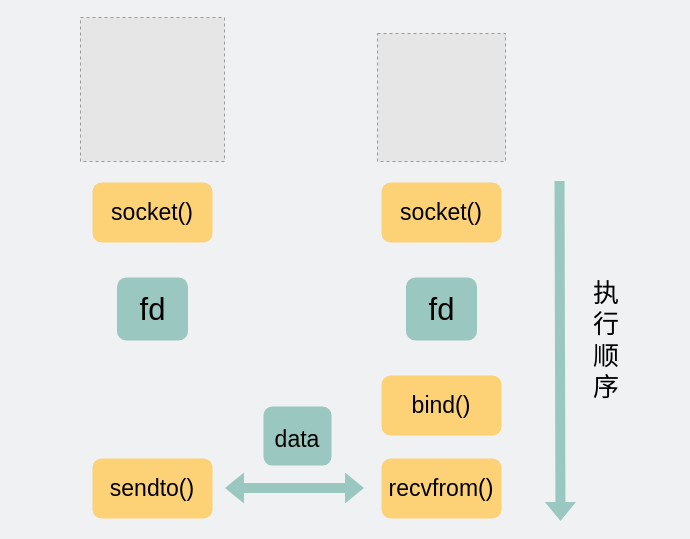
The draw.io diagram network/握手建立连接流程.drawio in xiaobaiTech/image, before the edit. Source tidied: cells renumbered, new cells numbered last; positions are measured from the earlier drawing's top-left corner, leaving out a move shared by most shapes. Both pictures are drawn from the tidied source at 100%, with x=0, y=0 at pixel (80, 17). Pictures stored in the file or linked from it are replaced by grey dashed boxes.
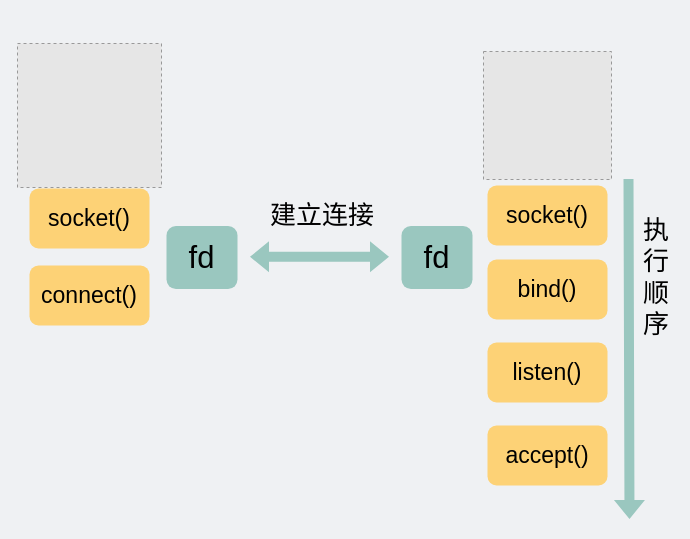
Above is the later version.

Commit message:
更新握手建立连接流程.drawio

Diff of the diagram source:
```diff
@@
 <mxGraphModel background="#EFF1F3">
   <root>
     <mxCell id="0" />
     <mxCell id="1" parent="0" />
     <mxCell id="2" style="fillColor=#E6E6E6;strokeColor=#999999;dashed=1;verticalLabelPosition=bottom;labelBackgroundColor=default;verticalAlign=top;" parent="1" vertex="1">
-      <mxGeometry width="144" height="144" as="geometry" />
+      <mxGeometry x="-63" y="26" width="144" height="144" as="geometry" />
     </mxCell>
     <mxCell id="3" style="fillColor=#E6E6E6;strokeColor=#999999;dashed=1;verticalLabelPosition=bottom;labelBackgroundColor=default;verticalAlign=top;" parent="1" vertex="1">
-      <mxGeometry x="297" y="16" width="128" height="128" as="geometry" />
+      <mxGeometry x="403" y="34" width="128" height="128" as="geometry" />
     </mxCell>
     <mxCell id="4" value="&lt;font style=&quot;font-size: 23px;&quot;&gt;socket()&lt;/font&gt;" style="rounded=1;whiteSpace=wrap;html=1;fillColor=#FDD276;strokeColor=none;" parent="1" vertex="1">
-      <mxGeometry x="12" y="165" width="120" height="60" as="geometry" />
+      <mxGeometry x="-51" y="171" width="120" height="60" as="geometry" />
     </mxCell>
-    <mxCell id="5" value="&lt;font style=&quot;font-size: 23px;&quot;&gt;sendto()&lt;/font&gt;" style="rounded=1;whiteSpace=wrap;html=1;fillColor=#FDD276;strokeColor=none;" parent="1" vertex="1">
-      <mxGeometry x="12" y="441" width="120" height="60" as="geometry" />
+    <mxCell id="5" value="&lt;font style=&quot;font-size: 23px;&quot;&gt;connect()&lt;/font&gt;" style="rounded=1;whiteSpace=wrap;html=1;fillColor=#FDD276;strokeColor=none;" parent="1" vertex="1">
+      <mxGeometry x="-51" y="248" width="120" height="60" as="geometry" />
     </mxCell>
     <mxCell id="6" value="&lt;font style=&quot;font-size: 23px;&quot;&gt;socket()&lt;/font&gt;" style="rounded=1;whiteSpace=wrap;html=1;fillColor=#FDD276;strokeColor=none;" parent="1" vertex="1">
-      <mxGeometry x="301" y="165" width="120" height="60" as="geometry" />
+      <mxGeometry x="407" y="168" width="120" height="60" as="geometry" />
     </mxCell>
     <mxCell id="7" value="&lt;font style=&quot;font-size: 23px;&quot;&gt;bind()&lt;/font&gt;" style="rounded=1;whiteSpace=wrap;html=1;fillColor=#FDD276;strokeColor=none;" parent="1" vertex="1">
-      <mxGeometry x="301" y="358" width="120" height="60" as="geometry" />
+      <mxGeometry x="407" y="242" width="120" height="60" as="geometry" />
     </mxCell>
-    <mxCell id="8" value="&lt;font style=&quot;font-size: 23px;&quot;&gt;recvfrom()&lt;/font&gt;" style="rounded=1;whiteSpace=wrap;html=1;fillColor=#FDD276;strokeColor=none;" parent="1" vertex="1">
-      <mxGeometry x="301" y="441" width="120" height="60" as="geometry" />
+    <mxCell id="8" value="&lt;font style=&quot;font-size: 23px;&quot;&gt;listen()&lt;/font&gt;" style="rounded=1;whiteSpace=wrap;html=1;fillColor=#FDD276;strokeColor=none;" parent="1" vertex="1">
+      <mxGeometry x="407" y="325" width="120" height="60" as="geometry" />
     </mxCell>
     <mxCell id="9" value="&lt;font style=&quot;font-size: 31px;&quot;&gt;fd&lt;/font&gt;" style="rounded=1;whiteSpace=wrap;html=1;fillColor=#9AC7BF;strokeColor=none;fontSize=31;" parent="1" vertex="1">
-      <mxGeometry x="36.5" y="260" width="71" height="63" as="geometry" />
+      <mxGeometry x="321" y="208.5" width="71" height="63" as="geometry" />
     </mxCell>
     <mxCell id="10" style="shape=flexArrow;endArrow=classic;html=1;rounded=0;fillColor=#9AC7BF;strokeColor=none;" parent="1" edge="1">
       <mxGeometry relative="1" as="geometry">
-        <mxPoint x="479" y="163" as="sourcePoint" />
-        <mxPoint x="480" y="504" as="targetPoint" />
+        <mxPoint x="548" y="161" as="sourcePoint" />
+        <mxPoint x="549" y="502" as="targetPoint" />
       </mxGeometry>
     </mxCell>
     <mxCell id="11" value="&lt;font style=&quot;font-size: 26px;&quot;&gt;执行顺序&lt;/font&gt;" style="text;strokeColor=none;fillColor=none;align=left;verticalAlign=middle;spacingLeft=4;spacingRight=4;overflow=hidden;whiteSpace=wrap;html=1;" parent="1" vertex="1">
-      <mxGeometry x="507" y="225" width="35" height="196" as="geometry" />
+      <mxGeometry x="557.4" y="162" width="35" height="196" as="geometry" />
     </mxCell>
-    <mxCell id="12" style="shape=flexArrow;endArrow=classic;startArrow=classic;html=1;rounded=0;fillColor=#9AC7BF;strokeColor=none;" parent="1" edge="1">
+    <mxCell id="12" style="shape=flexArrow;endArrow=classic;startArrow=block;html=1;rounded=0;fillColor=#9AC7BF;strokeColor=none;startFill=0;" parent="1" edge="1">
       <mxGeometry relative="1" as="geometry">
-        <mxPoint x="144" y="470.6" as="sourcePoint" />
-        <mxPoint x="284" y="470.6" as="targetPoint" />
+        <mxPoint x="169" y="239.3" as="sourcePoint" />
+        <mxPoint x="309" y="239.3" as="targetPoint" />
       </mxGeometry>
     </mxCell>
     <mxCell id="13" value="&lt;font style=&quot;font-size: 31px;&quot;&gt;fd&lt;/font&gt;" style="rounded=1;whiteSpace=wrap;html=1;fillColor=#9AC7BF;strokeColor=none;fontSize=31;" parent="1" vertex="1">
-      <mxGeometry x="325.5" y="260" width="71" height="63" as="geometry" />
+      <mxGeometry x="86" y="208.5" width="71" height="63" as="geometry" />
     </mxCell>
-    <mxCell id="14" value="&lt;div style=&quot;&quot;&gt;&lt;span style=&quot;font-size: 23px; background-color: initial;&quot;&gt;data&lt;/span&gt;&lt;/div&gt;" style="rounded=1;whiteSpace=wrap;html=1;fillColor=#9AC7BF;strokeColor=none;fontSize=31;align=center;" parent="1" vertex="1">
-      <mxGeometry x="183" y="389" width="68" height="59" as="geometry" />
-    </mxCell>
+    <mxCell id="15" value="&lt;span style=&quot;font-size: 23px;&quot;&gt;accept()&lt;/span&gt;" style="rounded=1;whiteSpace=wrap;html=1;fillColor=#FDD276;strokeColor=none;" parent="1" vertex="1">
+      <mxGeometry x="407" y="408" width="120" height="60" as="geometry" />
+    </mxCell>
+    <mxCell id="16" value="&lt;font style=&quot;font-size: 26px;&quot;&gt;建立连接&lt;/font&gt;" style="text;strokeColor=none;fillColor=none;align=left;verticalAlign=middle;spacingLeft=4;spacingRight=4;overflow=hidden;whiteSpace=wrap;html=1;" parent="1" vertex="1">
+      <mxGeometry x="183.5" y="174.5" width="115" height="47" as="geometry" />
+    </mxCell>
   </root>
 </mxGraphModel>
```
